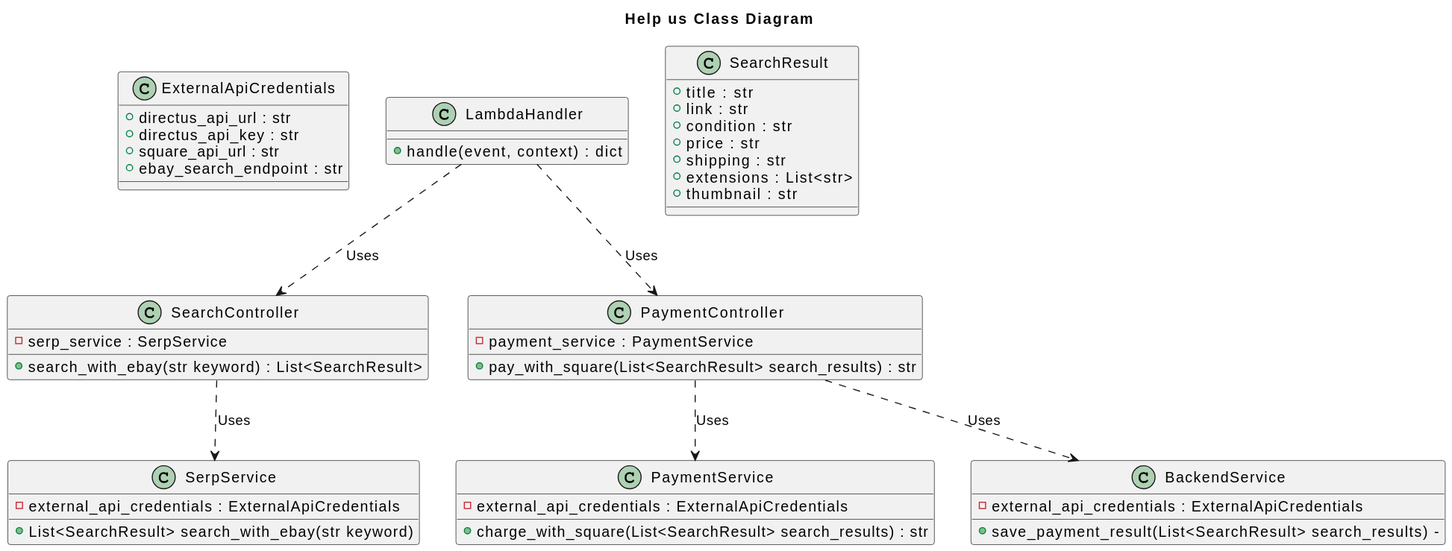
Before: diagrams/class_diagram_api.svg, a diagram exported from PlantUML (help-us-app/help-us-architecture-diagrams). Its diagram source:
```plantuml
@startuml
title "Help us Class Diagram"

class ExternalApiCredentials {
    + directus_api_url : str
    + directus_api_key : str
    + square_api_url : str
    + ebay_search_endpoint : str
}

class SerpService {
    - external_api_credentials : ExternalApiCredentials
    + List<SearchResult> search_with_ebay(str keyword)
}

class PaymentService {
    - external_api_credentials : ExternalApiCredentials
    + charge_with_square(List<SearchResult> search_results) : str
}

class BackendService {
    - external_api_credentials : ExternalApiCredentials
    + save_payment_result(List<SearchResult> search_results)   -
}

class SearchResult {
    + title : str
    + link : str
    + condition : str
    + price : str
    + shipping : str
    + extensions : List<str>
    + thumbnail : str

}

class SearchController {
    - serp_service : SerpService
    + search_with_ebay(str keyword) : List<SearchResult>
}

class PaymentController {
    - payment_service : PaymentService
    + pay_with_square(List<SearchResult> search_results) : str
}

class LambdaHandler {
    + handle(event, context) : dict
}


SearchController ..> SerpService : Uses

PaymentController ..> PaymentService : Uses

PaymentController ..> BackendService : Uses

LambdaHandler ..> PaymentController : Uses

LambdaHandler ..> SearchController : Uses
@enduml
```
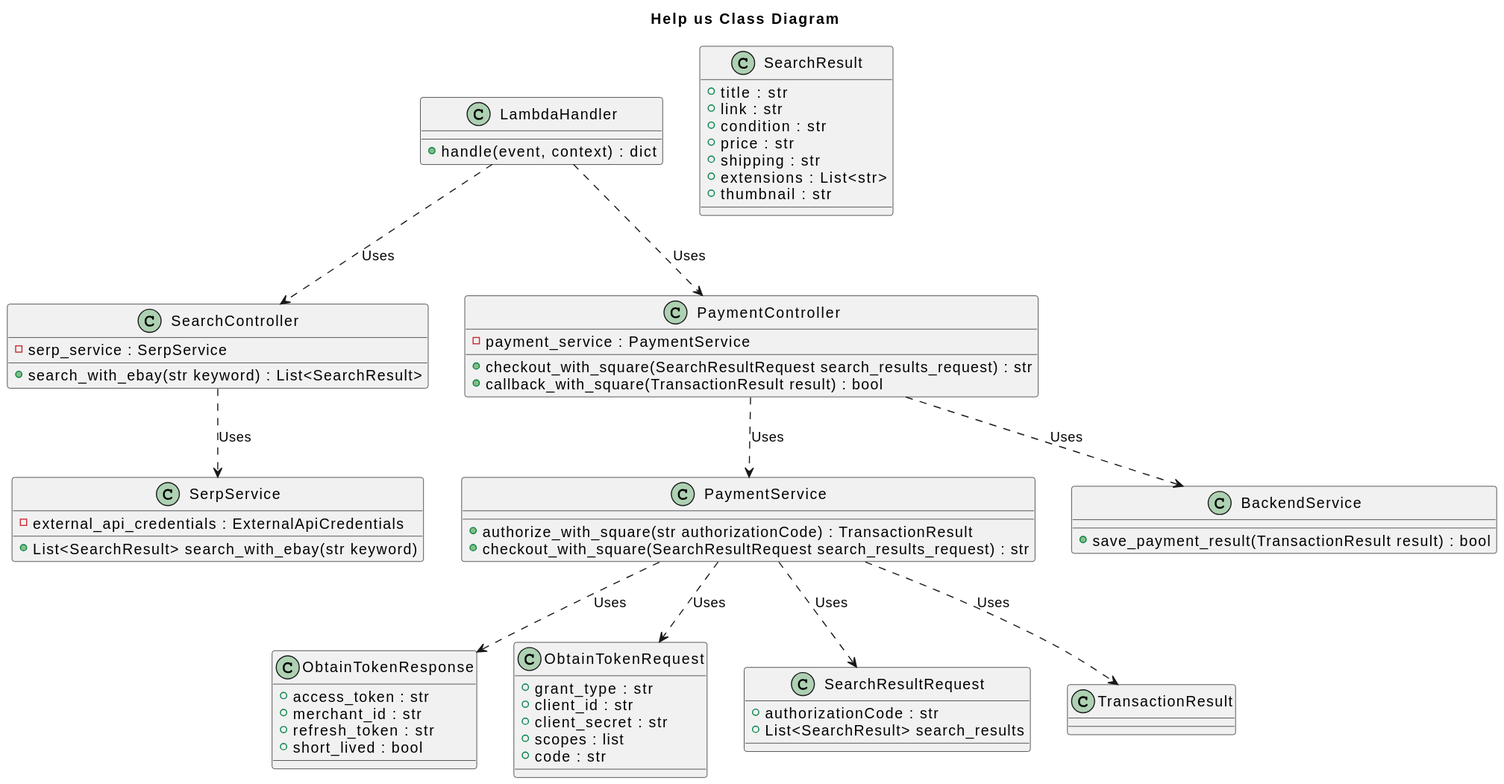
After the commit.

The edit, as a diff of the source:
```diff
@@ -1,12 +1,27 @@
 @startuml
 title "Help us Class Diagram"
 
-class ExternalApiCredentials {
-    + directus_api_url : str
-    + directus_api_key : str
-    + square_api_url : str
-    + ebay_search_endpoint : str
+class ObtainTokenResponse {
+    + access_token : str
+    + merchant_id : str
+    + refresh_token : str
+    + short_lived : bool
 }
+
+class ObtainTokenRequest {
+    + grant_type : str
+    + client_id : str
+    + client_secret : str
+    + scopes : list
+    + code : str
+}
+
+class SearchResultRequest {
+    + authorizationCode : str
+    + List<SearchResult> search_results
+}
+
+class TransactionResult
 
 class SerpService {
     - external_api_credentials : ExternalApiCredentials
@@ -14,13 +29,12 @@
 }
 
 class PaymentService {
-    - external_api_credentials : ExternalApiCredentials
-    + charge_with_square(List<SearchResult> search_results) : str
+    + authorize_with_square(str authorizationCode) : TransactionResult
+    + checkout_with_square(SearchResultRequest search_results_request) : str
 }
 
 class BackendService {
-    - external_api_credentials : ExternalApiCredentials
-    + save_payment_result(List<SearchResult> search_results)   -
+    + save_payment_result(TransactionResult result) : bool
 }
 
 class SearchResult {
@@ -41,7 +55,8 @@
 
 class PaymentController {
     - payment_service : PaymentService
-    + pay_with_square(List<SearchResult> search_results) : str
+    + checkout_with_square(SearchResultRequest search_results_request) : str
+    + callback_with_square(TransactionResult result) : bool
 }
 
 class LambdaHandler {
@@ -55,6 +70,14 @@
 
 PaymentController ..> BackendService : Uses
 
+PaymentService ..> ObtainTokenResponse : Uses
+
+PaymentService ..> ObtainTokenRequest : Uses
+
+PaymentService ..> TransactionResult : Uses
+
+PaymentService ..> SearchResultRequest : Uses
+
 LambdaHandler ..> PaymentController : Uses
 
 LambdaHandler ..> SearchController : Uses
```
